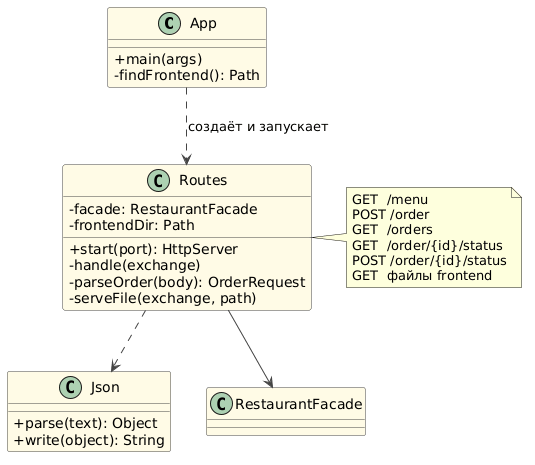
Above: docs/Strategy-Facade-REST_Api/Apiuml.png in InkarTolegen2/restaurant-ordering-SDP-Final (PlantUML), before the change.
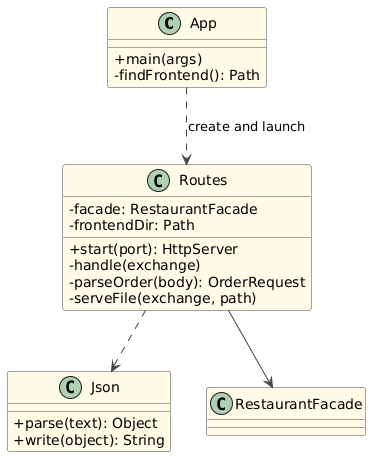
After the commit.

Commit message:
Update REST API UML diagram

The edit, as a diff of the source:
```diff
@@ -26,16 +26,7 @@
 }
 class RestaurantFacade
 
-note right of Routes
-  GET  /menu
-  POST /order
-  GET  /orders
-  GET  /order/{id}/status
-  POST /order/{id}/status
-  GET  файлы frontend
-end note
-
-App ..> Routes : создаёт и запускает
+App ..> Routes : create and launch
 Routes --> RestaurantFacade
 Routes ..> Json
 @enduml
```
